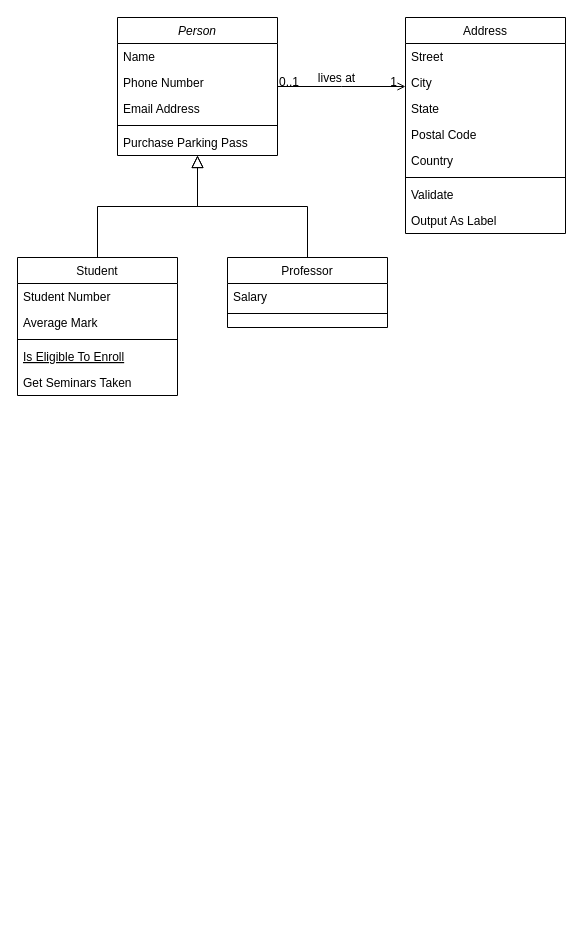
Earlier version of the draw.io diagram simulation.drawio (ImAlien/Diagrams). Source tidied: cells renumbered, new cells numbered last; positions are measured from the earlier drawing's top-left corner, leaving out a move shared by most shapes. Both pictures are drawn from the tidied source at 100%, with x=0, y=0 at pixel (17, 17).
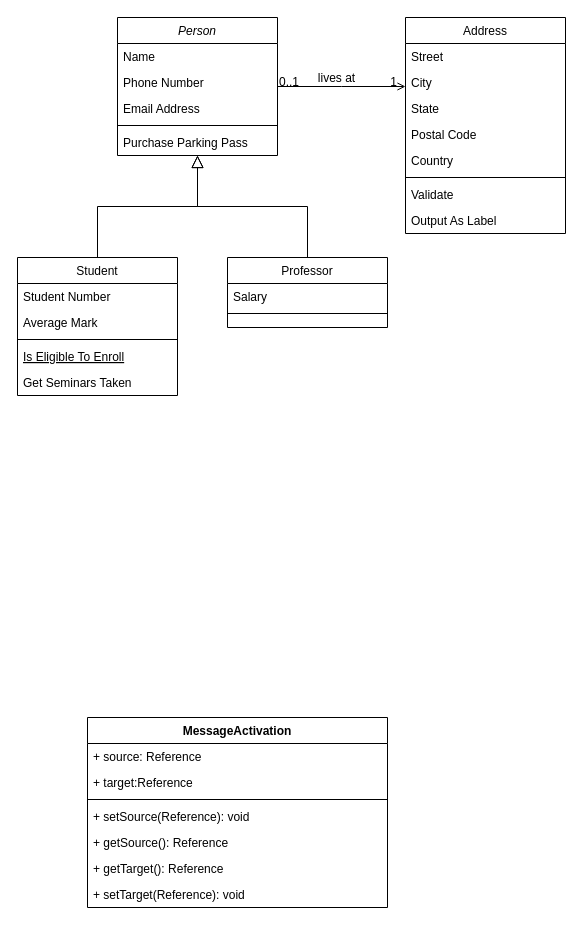
Above is the later version.

Change to the diagram source:
```diff
@@
+    <mxCell id="32" value="MessageActivation" style="swimlane;fontStyle=1;align=center;verticalAlign=top;horizontal=1;startSize=26;" parent="1" vertex="1">
+      <mxGeometry x="70" y="700" width="300" height="190" as="geometry" />
+    </mxCell>
+    <mxCell id="33" value="+ source: Reference&#10;" style="text;strokeColor=none;fillColor=none;align=left;verticalAlign=top;spacingLeft=4;spacingRight=4;overflow=hidden;" parent="32" vertex="1">
+      <mxGeometry y="26" width="300" height="26" as="geometry" />
+    </mxCell>
+    <mxCell id="34" value="+ target:Reference " style="text;strokeColor=none;fillColor=none;align=left;verticalAlign=top;spacingLeft=4;spacingRight=4;overflow=hidden;" parent="32" vertex="1">
+      <mxGeometry y="52" width="300" height="26" as="geometry" />
+    </mxCell>
+    <mxCell id="35" style="line;strokeWidth=1;fillColor=none;align=left;verticalAlign=middle;spacingTop=-1;spacingLeft=3;spacingRight=3;labelPosition=right;strokeColor=inherit;" parent="32" vertex="1">
+      <mxGeometry y="78" width="300" height="8" as="geometry" />
+    </mxCell>
+    <mxCell id="36" value="+ setSource(Reference): void&#10;" style="text;strokeColor=none;fillColor=none;align=left;verticalAlign=top;spacingLeft=4;spacingRight=4;overflow=hidden;" parent="32" vertex="1">
+      <mxGeometry y="86" width="300" height="26" as="geometry" />
+    </mxCell>
+    <mxCell id="37" value="+ getSource(): Reference&#10;" style="text;strokeColor=none;fillColor=none;align=left;verticalAlign=top;spacingLeft=4;spacingRight=4;overflow=hidden;" parent="32" vertex="1">
+      <mxGeometry y="112" width="300" height="26" as="geometry" />
+    </mxCell>
+    <mxCell id="38" value="+ getTarget(): Reference&#10;" style="text;strokeColor=none;fillColor=none;align=left;verticalAlign=top;spacingLeft=4;spacingRight=4;overflow=hidden;" parent="32" vertex="1">
+      <mxGeometry y="138" width="300" height="26" as="geometry" />
+    </mxCell>
+    <mxCell id="39" value="+ setTarget(Reference): void&#10;" style="text;strokeColor=none;fillColor=none;align=left;verticalAlign=top;spacingLeft=4;spacingRight=4;overflow=hidden;" parent="32" vertex="1">
+      <mxGeometry y="164" width="300" height="26" as="geometry" />
+    </mxCell>
```
